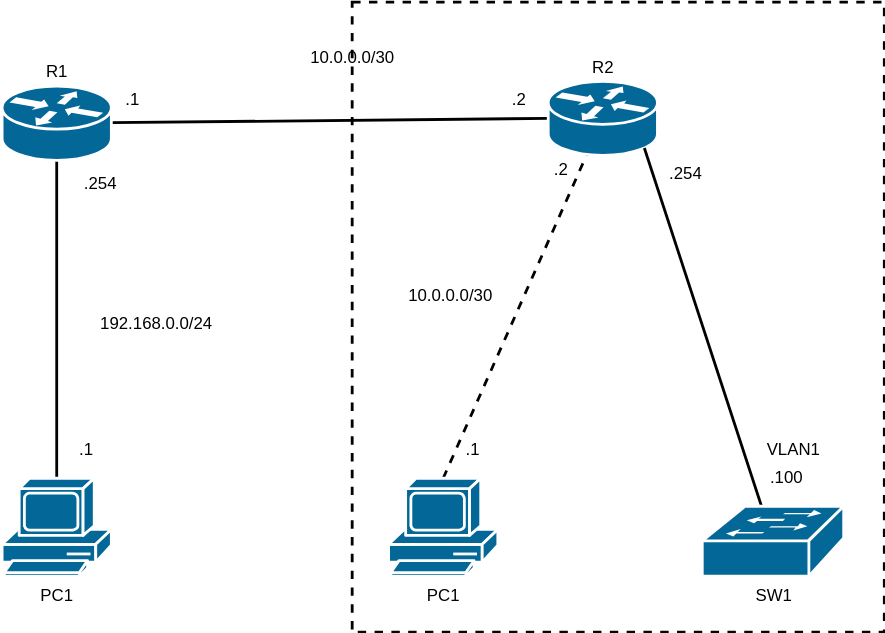
Before: nat/fig/nat01.drawio.svg, a diagram exported from draw.io (ECCNetLab/problems). Source tidied: cells renumbered, new cells last; positions are measured from the earlier drawing's top-left corner, leaving out a move shared by most shapes. Source of this version:
```xml
<mxGraphModel>
  <root>
    <mxCell id="0" />
    <mxCell id="1" parent="0" />
    <mxCell id="2" style="rounded=0;whiteSpace=wrap;html=1;fillColor=none;dashed=1;strokeWidth=2;" parent="1" vertex="1">
      <mxGeometry x="250" width="380" height="450" as="geometry" />
    </mxCell>
    <mxCell id="3" style="edgeStyle=none;html=1;endArrow=none;endFill=0;strokeWidth=2;" parent="1" edge="1" source="5" target="6">
      <mxGeometry relative="1" as="geometry" />
    </mxCell>
    <mxCell id="4" style="edgeStyle=none;html=1;entryX=0;entryY=0.5;entryDx=0;entryDy=0;entryPerimeter=0;strokeWidth=2;endArrow=none;endFill=0;" parent="1" edge="1" source="5" target="11">
      <mxGeometry relative="1" as="geometry" />
    </mxCell>
    <mxCell id="5" style="shape=mxgraph.cisco.routers.router;sketch=0;html=1;dashed=0;fillColor=#036897;strokeColor=#ffffff;strokeWidth=2;verticalLabelPosition=bottom;verticalAlign=top;align=center;outlineConnect=0;" parent="1" vertex="1">
      <mxGeometry y="60" width="78" height="53" as="geometry" />
    </mxCell>
    <mxCell id="6" value="PC1" style="shape=mxgraph.cisco.computers_and_peripherals.pc;html=1;dashed=0;fillColor=#036897;strokeColor=#ffffff;strokeWidth=2;verticalLabelPosition=bottom;verticalAlign=top;align=center;outlineConnect=0;" parent="1" vertex="1">
      <mxGeometry y="340" width="78" height="70" as="geometry" />
    </mxCell>
    <mxCell id="7" value="192.168.0.0/24&lt;br&gt;" style="text;html=1;align=center;verticalAlign=middle;strokeColor=none;fillColor=none;" parent="1" vertex="1">
      <mxGeometry x="60" y="220" width="100" height="20" as="geometry" />
    </mxCell>
    <mxCell id="8" value=".254" style="text;html=1;align=center;verticalAlign=middle;strokeColor=none;fillColor=none;" parent="1" vertex="1">
      <mxGeometry x="50" y="120" width="40" height="20" as="geometry" />
    </mxCell>
    <mxCell id="9" value=".1&lt;br&gt;" style="text;html=1;align=center;verticalAlign=middle;strokeColor=none;fillColor=none;" parent="1" vertex="1">
      <mxGeometry x="45" y="310" width="30" height="20" as="geometry" />
    </mxCell>
    <mxCell id="10" value="R1" style="text;html=1;align=center;verticalAlign=middle;strokeColor=none;fillColor=none;" parent="1" vertex="1">
      <mxGeometry x="24" y="40" width="30" height="20" as="geometry" />
    </mxCell>
    <mxCell id="11" style="shape=mxgraph.cisco.routers.router;sketch=0;html=1;dashed=0;fillColor=#036897;strokeColor=#ffffff;strokeWidth=2;verticalLabelPosition=bottom;verticalAlign=top;align=center;outlineConnect=0;" parent="1" vertex="1">
      <mxGeometry x="390" y="56.5" width="78" height="53" as="geometry" />
    </mxCell>
    <mxCell id="12" value=".254" style="text;html=1;align=center;verticalAlign=middle;strokeColor=none;fillColor=none;" parent="1" vertex="1">
      <mxGeometry x="468" y="113" width="40" height="20" as="geometry" />
    </mxCell>
    <mxCell id="13" value="R2" style="text;html=1;align=center;verticalAlign=middle;strokeColor=none;fillColor=none;" parent="1" vertex="1">
      <mxGeometry x="414" y="36.5" width="30" height="20" as="geometry" />
    </mxCell>
    <mxCell id="14" style="edgeStyle=none;html=1;entryX=0.88;entryY=0.9;entryDx=0;entryDy=0;entryPerimeter=0;endArrow=none;endFill=0;strokeWidth=2;" parent="1" edge="1" source="15" target="11">
      <mxGeometry relative="1" as="geometry" />
    </mxCell>
    <mxCell id="15" value="SW1" style="shape=mxgraph.cisco.switches.workgroup_switch;sketch=0;html=1;dashed=0;fillColor=#036897;strokeColor=#ffffff;strokeWidth=2;verticalLabelPosition=bottom;verticalAlign=top;align=center;outlineConnect=0;" parent="1" vertex="1">
      <mxGeometry x="500" y="360" width="101" height="50" as="geometry" />
    </mxCell>
    <mxCell id="16" style="edgeStyle=none;html=1;exitX=0.5;exitY=0;exitDx=0;exitDy=0;exitPerimeter=0;endArrow=none;endFill=0;strokeWidth=2;dashed=1;" parent="1" edge="1" source="17" target="11">
      <mxGeometry relative="1" as="geometry" />
    </mxCell>
    <mxCell id="17" value="PC1" style="shape=mxgraph.cisco.computers_and_peripherals.pc;html=1;dashed=0;fillColor=#036897;strokeColor=#ffffff;strokeWidth=2;verticalLabelPosition=bottom;verticalAlign=top;align=center;outlineConnect=0;" parent="1" vertex="1">
      <mxGeometry x="276" y="340" width="78" height="70" as="geometry" />
    </mxCell>
    <mxCell id="18" value=".1&lt;br&gt;" style="text;html=1;align=center;verticalAlign=middle;strokeColor=none;fillColor=none;" parent="1" vertex="1">
      <mxGeometry x="321" y="310" width="30" height="20" as="geometry" />
    </mxCell>
    <mxCell id="19" value="10.0.0.0/30" style="text;html=1;align=center;verticalAlign=middle;strokeColor=none;fillColor=none;" parent="1" vertex="1">
      <mxGeometry x="210" y="30" width="80" height="20" as="geometry" />
    </mxCell>
    <mxCell id="20" value=".1" style="text;html=1;align=center;verticalAlign=middle;strokeColor=none;fillColor=none;" parent="1" vertex="1">
      <mxGeometry x="78" y="60" width="30" height="20" as="geometry" />
    </mxCell>
    <mxCell id="21" value=".2" style="text;html=1;align=center;verticalAlign=middle;strokeColor=none;fillColor=none;" parent="1" vertex="1">
      <mxGeometry x="354" y="60" width="30" height="20" as="geometry" />
    </mxCell>
    <mxCell id="22" value=".2" style="text;html=1;align=center;verticalAlign=middle;strokeColor=none;fillColor=none;" parent="1" vertex="1">
      <mxGeometry x="384" y="109.5" width="30" height="20" as="geometry" />
    </mxCell>
    <mxCell id="23" value="10.0.0.0/30" style="text;html=1;align=center;verticalAlign=middle;strokeColor=none;fillColor=none;" parent="1" vertex="1">
      <mxGeometry x="280" y="200" width="80" height="20" as="geometry" />
    </mxCell>
    <mxCell id="24" value=".100" style="text;html=1;align=center;verticalAlign=middle;strokeColor=none;fillColor=none;" parent="1" vertex="1">
      <mxGeometry x="540" y="330" width="40" height="20" as="geometry" />
    </mxCell>
    <mxCell id="25" value="VLAN1" style="text;html=1;align=center;verticalAlign=middle;strokeColor=none;fillColor=none;" parent="1" vertex="1">
      <mxGeometry x="540" y="310" width="50" height="20" as="geometry" />
    </mxCell>
  </root>
</mxGraphModel>
```
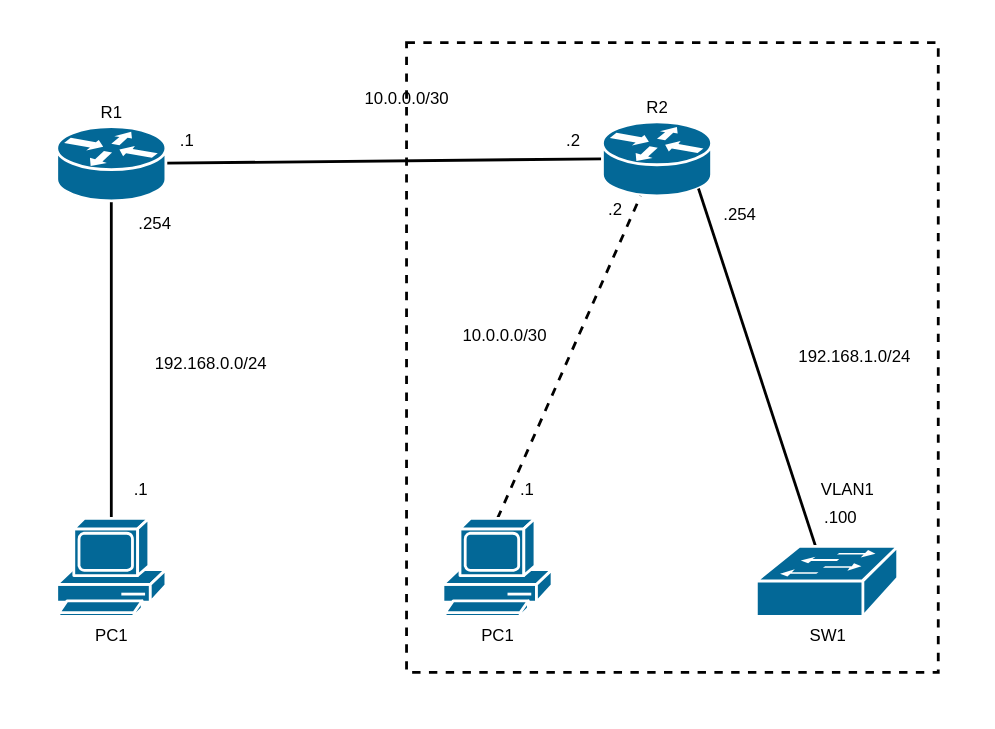
After the change.

Change to the diagram source:
```diff
@@ -2,6 +2,9 @@
   <root>
     <mxCell id="0" />
     <mxCell id="1" parent="0" />
+    <mxCell id="26" style="rounded=0;whiteSpace=wrap;html=1;strokeColor=none;" parent="1" vertex="1">
+      <mxGeometry x="-40" y="-30" width="710" height="520" as="geometry" />
+    </mxCell>
     <mxCell id="2" style="rounded=0;whiteSpace=wrap;html=1;fillColor=none;dashed=1;strokeWidth=2;" parent="1" vertex="1">
       <mxGeometry x="250" width="380" height="450" as="geometry" />
     </mxCell>
@@ -74,5 +77,8 @@
     <mxCell id="25" value="VLAN1" style="text;html=1;align=center;verticalAlign=middle;strokeColor=none;fillColor=none;" parent="1" vertex="1">
       <mxGeometry x="540" y="310" width="50" height="20" as="geometry" />
     </mxCell>
+    <mxCell id="27" value="192.168.1.0/24" style="text;html=1;align=center;verticalAlign=middle;strokeColor=none;fillColor=none;" parent="1" vertex="1">
+      <mxGeometry x="520" y="215" width="100" height="20" as="geometry" />
+    </mxCell>
   </root>
 </mxGraphModel>
```
